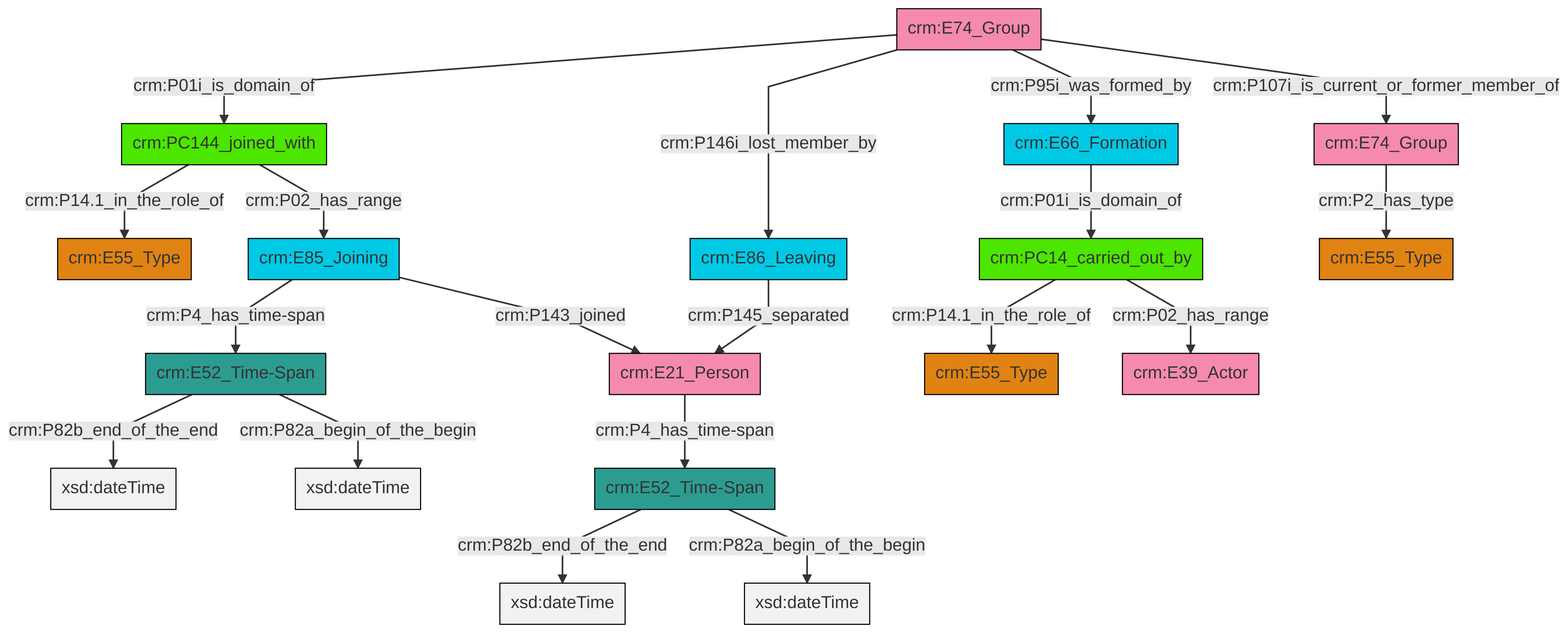
Earlier version of the Mermaid export et/groupCSV/ttl/mmd/png/group_actor_relations.png (swiss-art-research-net/reference-data-models). Its source is kept beside it as et/groupCSV/ttl/mmd/group_actor_relations.ttl.mmd.
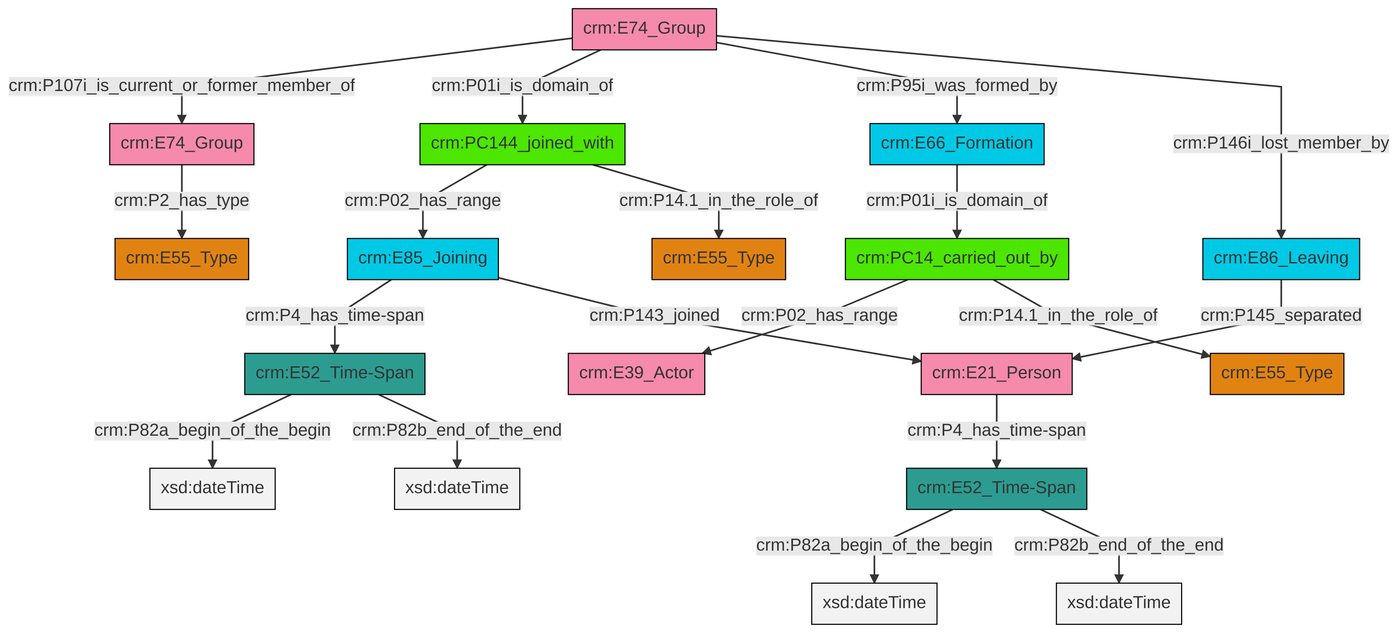
The same file after the commit.

What changed in the source:
```diff
@@ -13,21 +13,21 @@
 classDef PC_Classes fill:#4ce600, stroke:#000000;
 classDef Multi fill:#cccccc,stroke:#000000;
 
-0["crm:PC144_joined_with"]:::PC_Classes -->|crm:P14.1_in_the_role_of| 1["crm:E55_Type"]:::Type
-2["crm:E85_Joining"]:::Temporal_Entity -->|crm:P4_has_time-span| 3["crm:E52_Time-Span"]:::Time-Span
-6["crm:E21_Person"]:::Actor -->|crm:P4_has_time-span| 7["crm:E52_Time-Span"]:::Time-Span
-8["crm:E74_Group"]:::Actor -->|crm:P01i_is_domain_of| 0["crm:PC144_joined_with"]:::PC_Classes
-16["crm:PC14_carried_out_by"]:::PC_Classes -->|crm:P14.1_in_the_role_of| 17["crm:E55_Type"]:::Type
-0["crm:PC144_joined_with"]:::PC_Classes -->|crm:P02_has_range| 2["crm:E85_Joining"]:::Temporal_Entity
-20["crm:E86_Leaving"]:::Temporal_Entity -->|crm:P145_separated| 6["crm:E21_Person"]:::Actor
-16["crm:PC14_carried_out_by"]:::PC_Classes -->|crm:P02_has_range| 23["crm:E39_Actor"]:::Actor
-8["crm:E74_Group"]:::Actor -->|crm:P146i_lost_member_by| 20["crm:E86_Leaving"]:::Temporal_Entity
-9["crm:E74_Group"]:::Actor -->|crm:P2_has_type| 13["crm:E55_Type"]:::Type
-11["crm:E66_Formation"]:::Temporal_Entity -->|crm:P01i_is_domain_of| 16["crm:PC14_carried_out_by"]:::PC_Classes
-2["crm:E85_Joining"]:::Temporal_Entity -->|crm:P143_joined| 6["crm:E21_Person"]:::Actor
-7["crm:E52_Time-Span"]:::Time-Span -->|crm:P82b_end_of_the_end| 29[xsd:dateTime]:::Literal
-8["crm:E74_Group"]:::Actor -->|crm:P95i_was_formed_by| 11["crm:E66_Formation"]:::Temporal_Entity
-7["crm:E52_Time-Span"]:::Time-Span -->|crm:P82a_begin_of_the_begin| 30[xsd:dateTime]:::Literal
-8["crm:E74_Group"]:::Actor -->|crm:P107i_is_current_or_former_member_of| 9["crm:E74_Group"]:::Actor
-3["crm:E52_Time-Span"]:::Time-Span -->|crm:P82b_end_of_the_end| 32[xsd:dateTime]:::Literal
-3["crm:E52_Time-Span"]:::Time-Span -->|crm:P82a_begin_of_the_begin| 33[xsd:dateTime]:::Literal
+0["crm:PC14_carried_out_by"]:::PC_Classes -->|crm:P02_has_range| 1["crm:E39_Actor"]:::Actor
+0["crm:PC14_carried_out_by"]:::PC_Classes -->|crm:P14.1_in_the_role_of| 2["crm:E55_Type"]:::Type
+3["crm:E74_Group"]:::Actor -->|crm:P107i_is_current_or_former_member_of| 4["crm:E74_Group"]:::Actor
+5["crm:PC144_joined_with"]:::PC_Classes -->|crm:P02_has_range| 6["crm:E85_Joining"]:::Temporal_Entity
+4["crm:E74_Group"]:::Actor -->|crm:P2_has_type| 7["crm:E55_Type"]:::Type
+14["crm:E52_Time-Span"]:::Time-Span -->|crm:P82a_begin_of_the_begin| 15[xsd:dateTime]:::Literal
+6["crm:E85_Joining"]:::Temporal_Entity -->|crm:P4_has_time-span| 14["crm:E52_Time-Span"]:::Time-Span
+14["crm:E52_Time-Span"]:::Time-Span -->|crm:P82b_end_of_the_end| 18[xsd:dateTime]:::Literal
+19["crm:E52_Time-Span"]:::Time-Span -->|crm:P82a_begin_of_the_begin| 20[xsd:dateTime]:::Literal
+10["crm:E21_Person"]:::Actor -->|crm:P4_has_time-span| 19["crm:E52_Time-Span"]:::Time-Span
+12["crm:E86_Leaving"]:::Temporal_Entity -->|crm:P145_separated| 10["crm:E21_Person"]:::Actor
+5["crm:PC144_joined_with"]:::PC_Classes -->|crm:P14.1_in_the_role_of| 22["crm:E55_Type"]:::Type
+6["crm:E85_Joining"]:::Temporal_Entity -->|crm:P143_joined| 10["crm:E21_Person"]:::Actor
+25["crm:E66_Formation"]:::Temporal_Entity -->|crm:P01i_is_domain_of| 0["crm:PC14_carried_out_by"]:::PC_Classes
+19["crm:E52_Time-Span"]:::Time-Span -->|crm:P82b_end_of_the_end| 31[xsd:dateTime]:::Literal
+3["crm:E74_Group"]:::Actor -->|crm:P01i_is_domain_of| 5["crm:PC144_joined_with"]:::PC_Classes
+3["crm:E74_Group"]:::Actor -->|crm:P95i_was_formed_by| 25["crm:E66_Formation"]:::Temporal_Entity
+3["crm:E74_Group"]:::Actor -->|crm:P146i_lost_member_by| 12["crm:E86_Leaving"]:::Temporal_Entity
```
